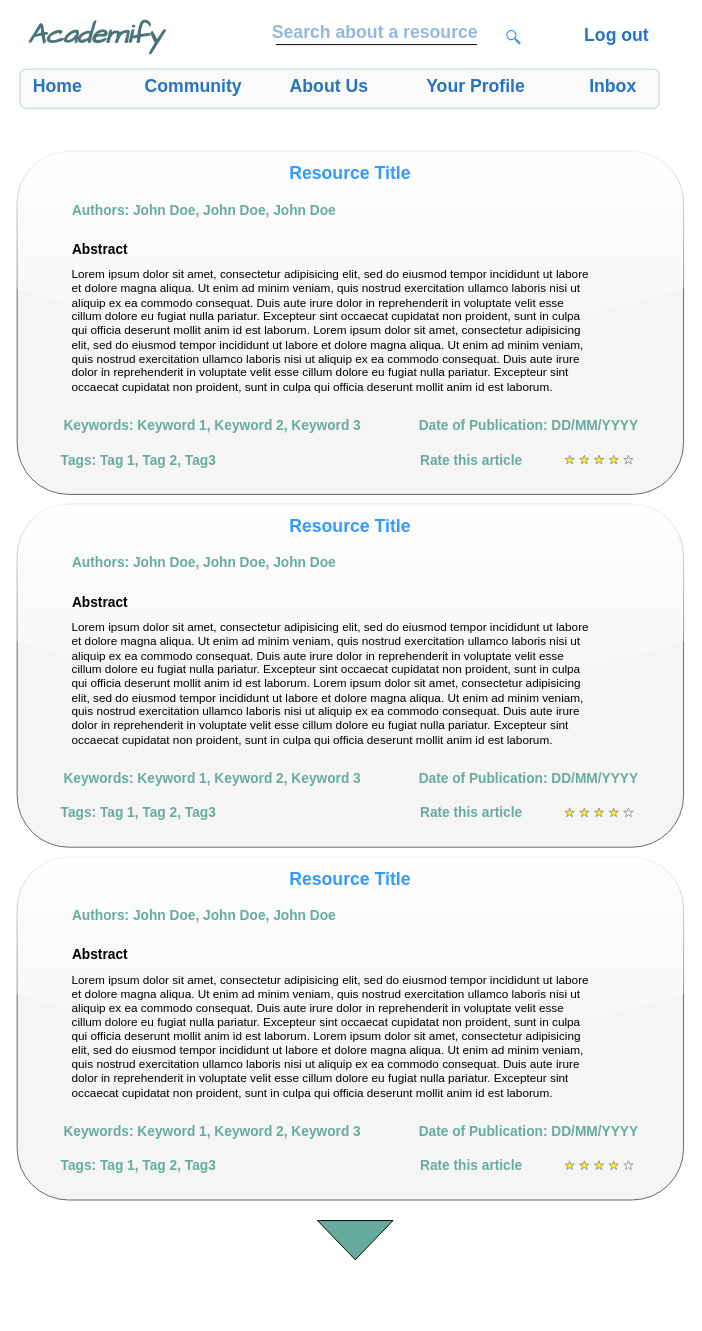
Before: Project Design/Wireframes/Home Page.drawio in muhammed-ayman/ScholarStack, a draw.io diagram. Source tidied: cells renumbered, new cells numbered last; positions are measured from the earlier drawing's top-left corner, leaving out a move shared by most shapes. Both pictures are drawn from the tidied source at 98%, with x=0, y=0 at pixel (17, 16).
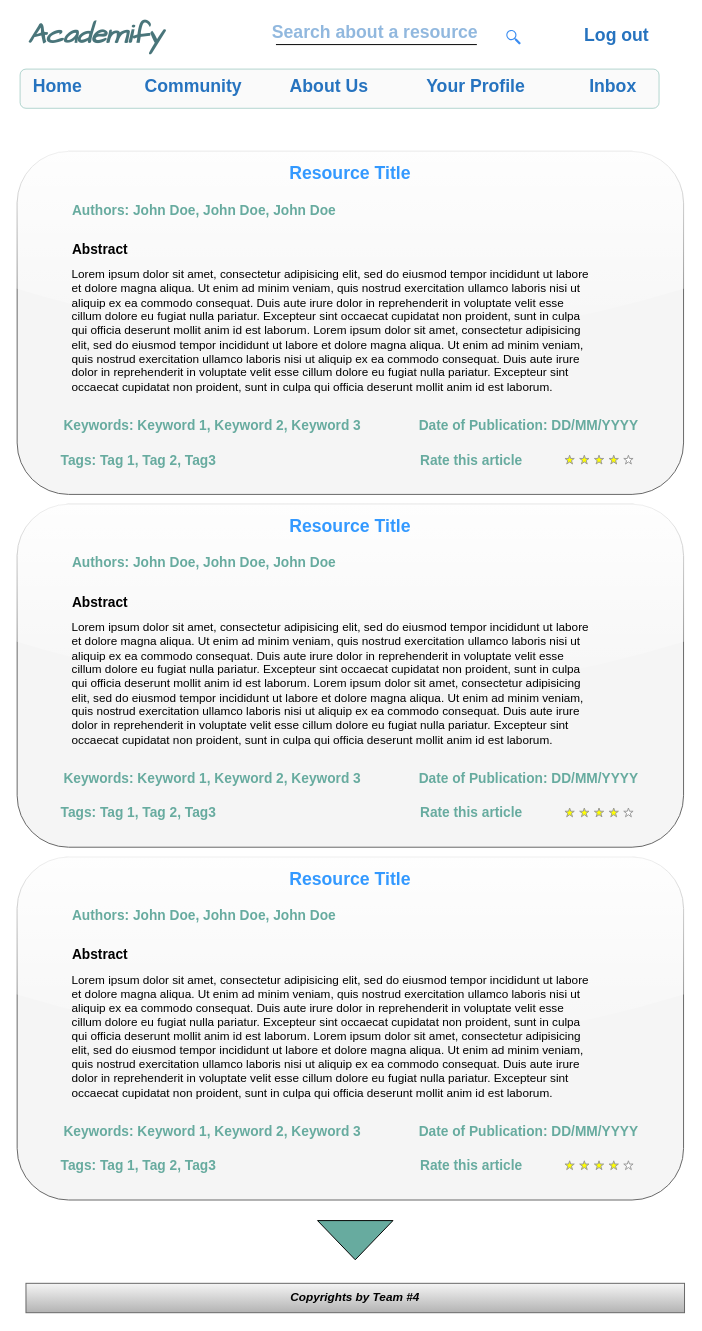
After the change.

What changed in the source:
```diff
@@
+    <mxCell id="44" value="&lt;b&gt;&lt;i&gt;Copyrights by Team #4&lt;/i&gt;&lt;/b&gt;" style="rounded=0;whiteSpace=wrap;html=1;fillColor=#f5f5f5;gradientColor=#b3b3b3;strokeColor=#666666;" parent="1" vertex="1">
+      <mxGeometry x="9" y="1293" width="672" height="30" as="geometry" />
+    </mxCell>
```
